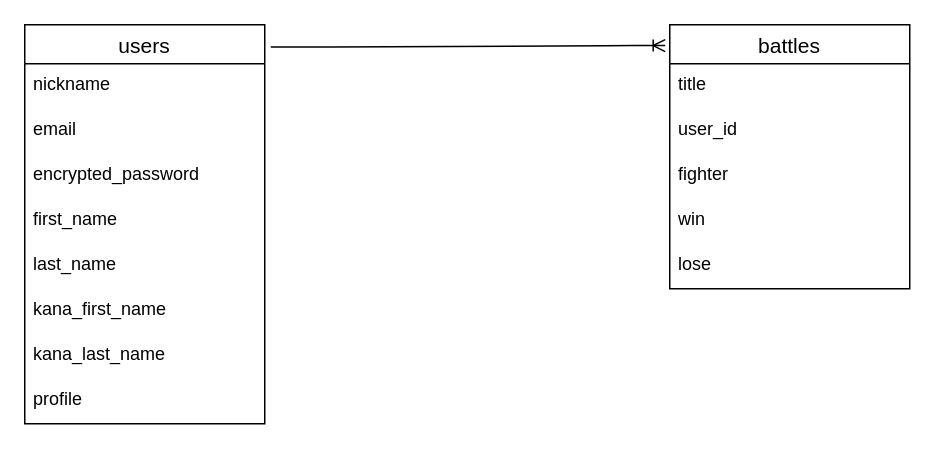
The draw.io diagram er.dio in fuhewat/tatakainokiroku, before the edit. Source tidied: cells renumbered, new cells numbered last; positions are measured from the earlier drawing's top-left corner, leaving out a move shared by most shapes. Both pictures are drawn from the tidied source at 150%, with x=0, y=0 at pixel (24, 24).
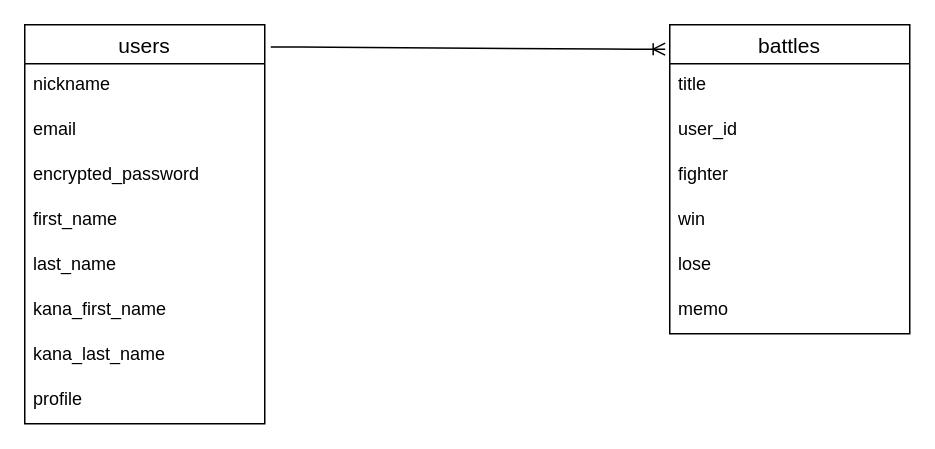
The same diagram, later.

What changed in the source:
```diff
@@
 <mxGraphModel>
   <root>
     <mxCell id="0" />
     <mxCell id="1" parent="0" />
     <mxCell id="2" value="users" style="swimlane;fontStyle=0;horizontal=1;startSize=26;align=center;fontSize=14;" parent="1" vertex="1">
       <mxGeometry width="160" height="266" as="geometry" />
     </mxCell>
     <mxCell id="3" value="nickname&#10;" style="text;strokeColor=none;fillColor=none;spacingLeft=4;spacingRight=4;overflow=hidden;fontSize=12;" parent="2" vertex="1">
       <mxGeometry y="26" width="160" height="30" as="geometry" />
     </mxCell>
     <mxCell id="4" value="email&#10;" style="text;strokeColor=none;fillColor=none;spacingLeft=4;spacingRight=4;overflow=hidden;fontSize=12;" parent="2" vertex="1">
       <mxGeometry y="56" width="160" height="30" as="geometry" />
     </mxCell>
     <mxCell id="5" value="encrypted_password" style="text;strokeColor=none;fillColor=none;spacingLeft=4;spacingRight=4;overflow=hidden;fontSize=12;" parent="2" vertex="1">
       <mxGeometry y="86" width="160" height="30" as="geometry" />
     </mxCell>
     <mxCell id="6" value="first_name" style="text;strokeColor=none;fillColor=none;spacingLeft=4;spacingRight=4;overflow=hidden;fontSize=12;" parent="2" vertex="1">
       <mxGeometry y="116" width="160" height="30" as="geometry" />
     </mxCell>
     <mxCell id="7" value="last_name" style="text;strokeColor=none;fillColor=none;spacingLeft=4;spacingRight=4;overflow=hidden;fontSize=12;" parent="2" vertex="1">
       <mxGeometry y="146" width="160" height="30" as="geometry" />
     </mxCell>
     <mxCell id="8" value="kana_first_name" style="text;strokeColor=none;fillColor=none;spacingLeft=4;spacingRight=4;overflow=hidden;fontSize=12;" parent="2" vertex="1">
       <mxGeometry y="176" width="160" height="30" as="geometry" />
     </mxCell>
     <mxCell id="9" value="kana_last_name" style="text;strokeColor=none;fillColor=none;spacingLeft=4;spacingRight=4;overflow=hidden;fontSize=12;" parent="2" vertex="1">
       <mxGeometry y="206" width="160" height="30" as="geometry" />
     </mxCell>
     <mxCell id="10" value="profile" style="text;strokeColor=none;fillColor=none;spacingLeft=4;spacingRight=4;overflow=hidden;fontSize=12;" parent="2" vertex="1">
       <mxGeometry y="236" width="160" height="30" as="geometry" />
     </mxCell>
     <mxCell id="11" value="battles" style="swimlane;fontStyle=0;horizontal=1;startSize=26;align=center;fontSize=14;" parent="1" vertex="1">
-      <mxGeometry x="430" width="160" height="176" as="geometry" />
+      <mxGeometry x="430" width="160" height="206" as="geometry" />
     </mxCell>
     <mxCell id="12" value="title" style="text;strokeColor=none;fillColor=none;spacingLeft=4;spacingRight=4;overflow=hidden;fontSize=12;" parent="11" vertex="1">
       <mxGeometry y="26" width="160" height="30" as="geometry" />
     </mxCell>
     <mxCell id="13" value="user_id&#10;" style="text;strokeColor=none;fillColor=none;spacingLeft=4;spacingRight=4;overflow=hidden;fontSize=12;" parent="11" vertex="1">
       <mxGeometry y="56" width="160" height="30" as="geometry" />
     </mxCell>
     <mxCell id="14" value="fighter" style="text;strokeColor=none;fillColor=none;spacingLeft=4;spacingRight=4;overflow=hidden;fontSize=12;" parent="11" vertex="1">
       <mxGeometry y="86" width="160" height="30" as="geometry" />
     </mxCell>
     <mxCell id="15" value="win" style="text;strokeColor=none;fillColor=none;spacingLeft=4;spacingRight=4;overflow=hidden;fontSize=12;" parent="11" vertex="1">
       <mxGeometry y="116" width="160" height="30" as="geometry" />
     </mxCell>
     <mxCell id="16" value="lose" style="text;strokeColor=none;fillColor=none;spacingLeft=4;spacingRight=4;overflow=hidden;fontSize=12;" parent="11" vertex="1">
       <mxGeometry y="146" width="160" height="30" as="geometry" />
     </mxCell>
+    <mxCell id="18" value="memo" style="text;strokeColor=none;fillColor=none;spacingLeft=4;spacingRight=4;overflow=hidden;fontSize=12;" parent="11" vertex="1">
+      <mxGeometry y="176" width="160" height="30" as="geometry" />
+    </mxCell>
     <mxCell id="17" style="edgeStyle=entityRelationEdgeStyle;fontSize=12;html=1;endArrow=ERoneToMany;entryX=-0.019;entryY=0.079;entryDx=0;entryDy=0;exitX=1.025;exitY=0.056;exitDx=0;exitDy=0;exitPerimeter=0;entryPerimeter=0;" parent="1" edge="1" source="2" target="11">
       <mxGeometry relative="1" as="geometry" />
     </mxCell>
   </root>
 </mxGraphModel>
```
